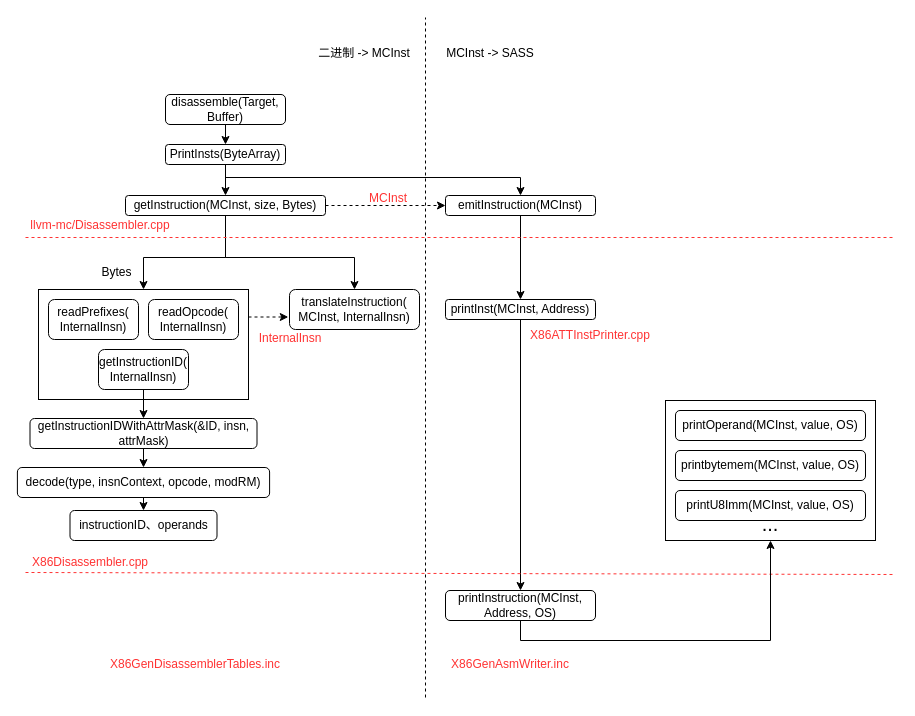
This is llvm-mc 反汇编流程.drawio from liyp1120/draw.io, a draw.io file, before an edit. Source tidied: cells renumbered, new cells numbered last; positions are measured from the earlier drawing's top-left corner, leaving out a move shared by most shapes. Both pictures are drawn from the tidied source at 100%, with x=0, y=0 at pixel (17, 17).
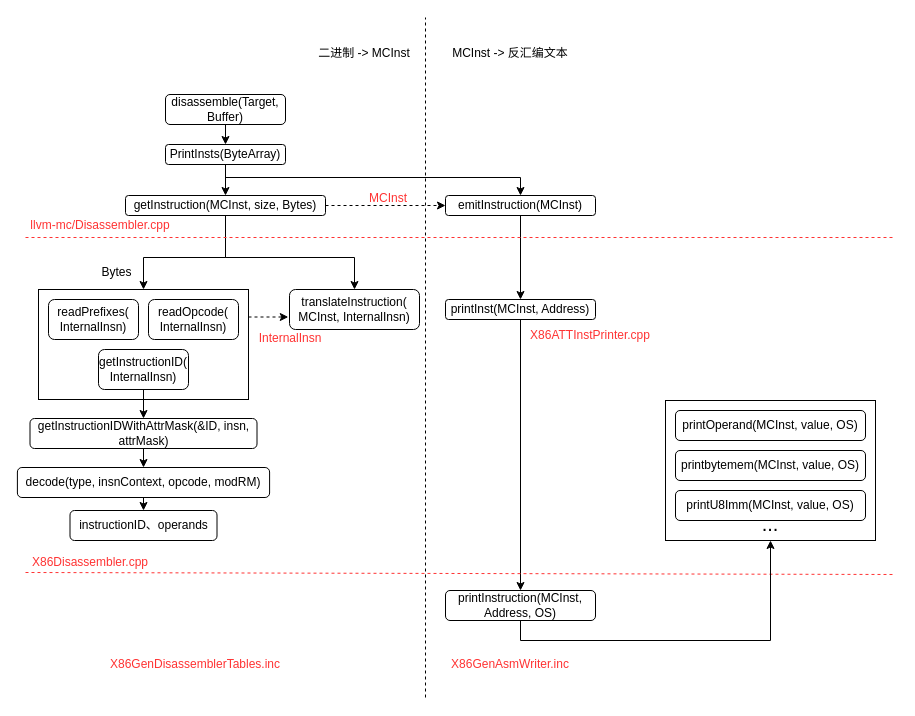
Above is the later version.

Commit message:
更新llvm-mc 反汇编流程.drawio

The edit, as a diff of the source:
```diff
@@
-    <mxCell id="41" value="MCInst -&amp;gt; SASS" style="text;html=1;strokeColor=none;fillColor=none;align=center;verticalAlign=middle;whiteSpace=wrap;rounded=0;" parent="1" vertex="1">
-      <mxGeometry x="418" y="21" width="110" height="30" as="geometry" />
+    <mxCell id="41" value="MCInst -&amp;gt; 反汇编文本" style="text;html=1;strokeColor=none;fillColor=none;align=center;verticalAlign=middle;whiteSpace=wrap;rounded=0;" parent="1" vertex="1">
+      <mxGeometry x="418" y="21" width="150" height="30" as="geometry" />
     </mxCell>
```
